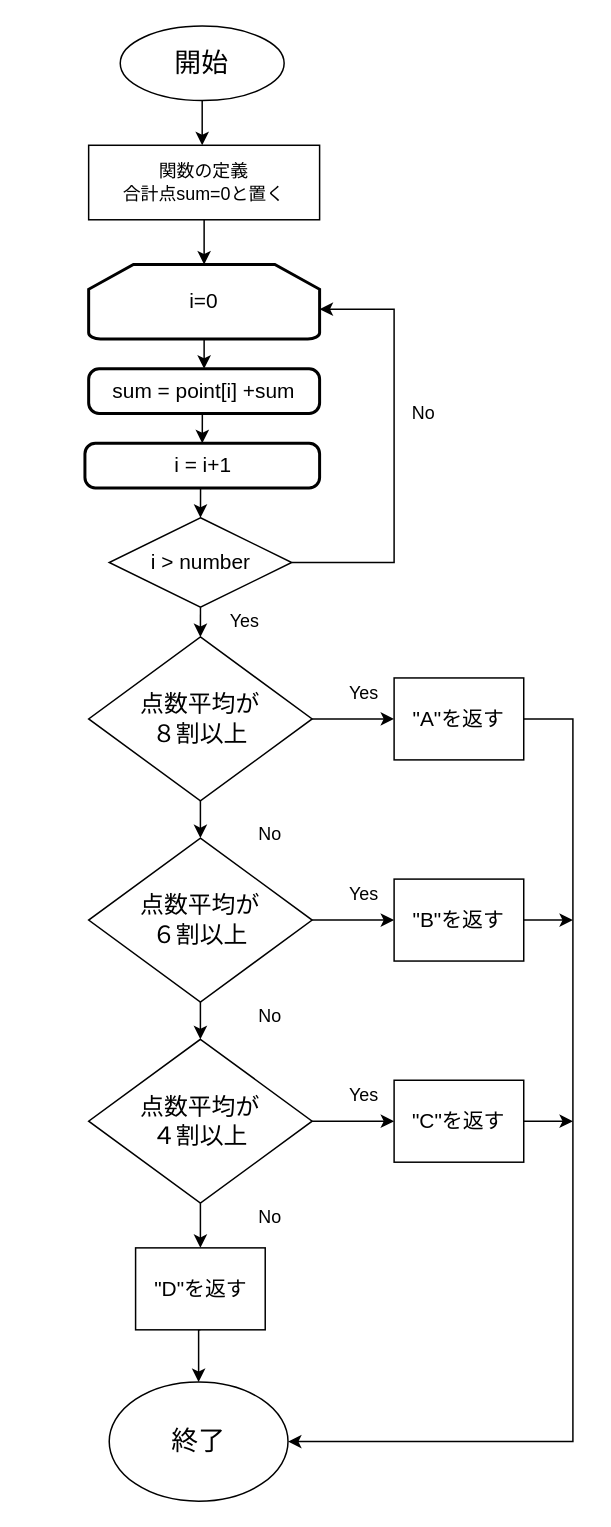
The draw.io diagram Untitled Diagram.drawio in TOUTA-T/achieve, before the edit. Source tidied: cells renumbered, new cells numbered last; positions are measured from the earlier drawing's top-left corner, leaving out a move shared by most shapes. Both pictures are drawn from the tidied source at 149%, with x=0, y=0 at pixel (83, 25).
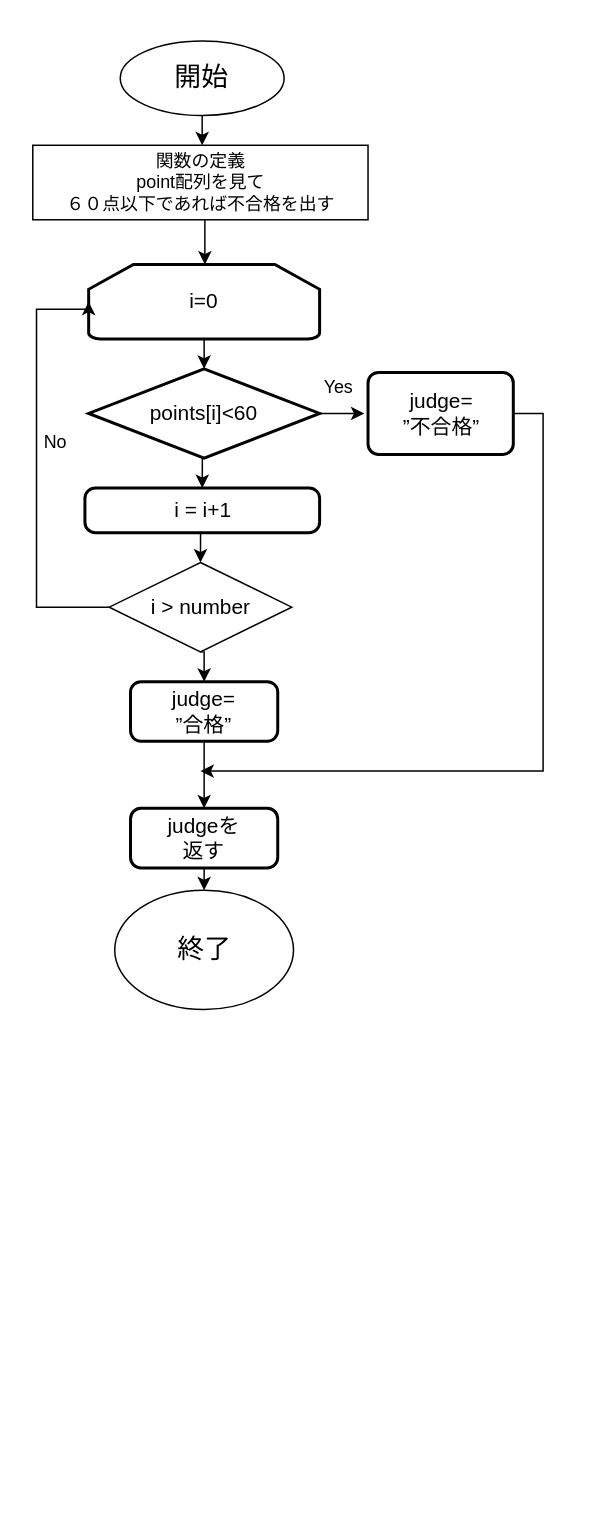
After the change.

Unchanged cells that the change refers to:
```xml
<mxCell id="32" value="i=0" style="strokeWidth=2;html=1;shape=mxgraph.flowchart.loop_limit;whiteSpace=wrap;fontSize=14;" parent="1" vertex="1">
  <mxGeometry x="3" y="160" width="155" height="50" as="geometry" />
</mxCell>
```

Diff of the diagram source:
```diff
@@
     <mxCell id="3" value="&lt;font style=&quot;font-size: 18px&quot;&gt;開始&lt;/font&gt;" style="ellipse;whiteSpace=wrap;html=1;" parent="1" vertex="1">
-      <mxGeometry x="24.2" width="110" height="50" as="geometry" />
+      <mxGeometry x="24.2" y="10" width="110" height="50" as="geometry" />
     </mxCell>
     <mxCell id="4" value="&lt;font style=&quot;font-size: 18px&quot;&gt;終了&lt;/font&gt;" style="ellipse;whiteSpace=wrap;html=1;" parent="1" vertex="1">
-      <mxGeometry x="16.8" y="910" width="120" height="80" as="geometry" />
+      <mxGeometry x="20.5" y="580" width="120" height="80" as="geometry" />
     </mxCell>
-    <mxCell id="5" style="edgeStyle=orthogonalEdgeStyle;rounded=0;jettySize=auto;html=1;fontSize=14;" parent="1" edge="1" source="6" target="32">
+    <mxCell id="5" style="edgeStyle=elbowEdgeStyle;rounded=0;jettySize=auto;html=1;fontSize=14;" parent="1" edge="1" source="6" target="32">
       <mxGeometry relative="1" as="geometry" />
     </mxCell>
-    <mxCell id="6" value="関数の定義&lt;br&gt;合計点sum=0と置く" style="rounded=0;whiteSpace=wrap;html=1;" parent="1" vertex="1">
-      <mxGeometry x="3" y="80" width="155" height="50" as="geometry" />
+    <mxCell id="6" value="関数の定義&lt;br&gt;point配列を見て&lt;br&gt;６０点以下であれば不合格を出す" style="rounded=0;whiteSpace=wrap;html=1;" parent="1" vertex="1">
+      <mxGeometry x="-34.5" y="80" width="225" height="50" as="geometry" />
     </mxCell>
-    <mxCell id="7" style="edgeStyle=orthogonalEdgeStyle;rounded=0;jettySize=auto;html=1;exitX=0.5;exitY=1;exitDx=0;exitDy=0;entryX=0.5;entryY=0;entryDx=0;entryDy=0;" parent="1" edge="1" source="9" target="14">
-      <mxGeometry relative="1" as="geometry" />
-    </mxCell>
-    <mxCell id="8" style="rounded=0;jettySize=auto;html=1;exitX=1;exitY=0.5;exitDx=0;exitDy=0;elbow=vertical;entryX=0;entryY=0.5;entryDx=0;entryDy=0;" parent="1" edge="1" source="9" target="11">
-      <mxGeometry relative="1" as="geometry" />
-    </mxCell>
-    <mxCell id="9" value="&lt;font style=&quot;font-size: 16px&quot;&gt;点数平均が&lt;br&gt;８割以上&lt;/font&gt;" style="rhombus;whiteSpace=wrap;html=1;" parent="1" vertex="1">
-      <mxGeometry x="3" y="410" width="150" height="110" as="geometry" />
-    </mxCell>
-    <mxCell id="10" style="edgeStyle=orthogonalEdgeStyle;rounded=0;jettySize=auto;html=1;exitX=1;exitY=0.5;exitDx=0;exitDy=0;fontSize=14;entryX=1;entryY=0.5;entryDx=0;entryDy=0;" parent="1" edge="1" source="11" target="4">
-      <mxGeometry relative="1" as="geometry">
-        <Array as="points">
-          <mxPoint x="328" y="465" />
-          <mxPoint x="328" y="950" />
-        </Array>
-      </mxGeometry>
-    </mxCell>
-    <mxCell id="11" value="&lt;font style=&quot;font-size: 14px&quot;&gt;&quot;A&quot;を返す&lt;/font&gt;" style="rounded=0;whiteSpace=wrap;html=1;" parent="1" vertex="1">
-      <mxGeometry x="208" y="437.5" width="87" height="55" as="geometry" />
-    </mxCell>
-    <mxCell id="12" style="edgeStyle=orthogonalEdgeStyle;rounded=0;jettySize=auto;html=1;exitX=0.5;exitY=1;exitDx=0;exitDy=0;" parent="1" edge="1" source="14" target="17">
-      <mxGeometry relative="1" as="geometry" />
-    </mxCell>
-    <mxCell id="13" style="edgeStyle=orthogonalEdgeStyle;rounded=0;jettySize=auto;html=1;exitX=1;exitY=0.5;exitDx=0;exitDy=0;entryX=0;entryY=0.5;entryDx=0;entryDy=0;" parent="1" edge="1" source="14" target="19">
-      <mxGeometry relative="1" as="geometry" />
-    </mxCell>
-    <mxCell id="14" value="&lt;font style=&quot;font-size: 16px&quot;&gt;点数平均が&lt;br&gt;６割以上&lt;/font&gt;" style="rhombus;whiteSpace=wrap;html=1;" parent="1" vertex="1">
-      <mxGeometry x="3" y="545" width="150" height="110" as="geometry" />
-    </mxCell>
-    <mxCell id="15" style="edgeStyle=orthogonalEdgeStyle;rounded=0;jettySize=auto;html=1;exitX=0.5;exitY=1;exitDx=0;exitDy=0;entryX=0.5;entryY=0;entryDx=0;entryDy=0;" parent="1" edge="1" source="17" target="23">
-      <mxGeometry relative="1" as="geometry" />
-    </mxCell>
-    <mxCell id="16" style="rounded=0;jettySize=auto;html=1;exitX=1;exitY=0.5;exitDx=0;exitDy=0;fontSize=14;entryX=0;entryY=0.5;entryDx=0;entryDy=0;" parent="1" edge="1" source="17" target="21">
-      <mxGeometry relative="1" as="geometry" />
-    </mxCell>
-    <mxCell id="17" value="&lt;font style=&quot;font-size: 16px&quot;&gt;点数平均が&lt;br&gt;４割以上&lt;/font&gt;" style="rhombus;whiteSpace=wrap;html=1;" parent="1" vertex="1">
-      <mxGeometry x="3" y="680" width="150" height="110" as="geometry" />
-    </mxCell>
-    <mxCell id="18" style="edgeStyle=orthogonalEdgeStyle;rounded=0;jettySize=auto;html=1;exitX=1;exitY=0.5;exitDx=0;exitDy=0;fontSize=14;" parent="1" edge="1" source="19">
-      <mxGeometry relative="1" as="geometry">
-        <mxPoint x="328" y="600.5" as="targetPoint" />
-      </mxGeometry>
-    </mxCell>
-    <mxCell id="19" value="&lt;font style=&quot;font-size: 14px&quot;&gt;&quot;B&quot;を返す&lt;/font&gt;" style="rounded=0;whiteSpace=wrap;html=1;" parent="1" vertex="1">
-      <mxGeometry x="208" y="572.5" width="87" height="55" as="geometry" />
-    </mxCell>
-    <mxCell id="20" style="edgeStyle=orthogonalEdgeStyle;rounded=0;jettySize=auto;html=1;exitX=1;exitY=0.5;exitDx=0;exitDy=0;fontSize=14;" parent="1" edge="1" source="21">
-      <mxGeometry relative="1" as="geometry">
-        <mxPoint x="328" y="735.5" as="targetPoint" />
-      </mxGeometry>
-    </mxCell>
-    <mxCell id="21" value="&lt;font style=&quot;font-size: 14px&quot;&gt;&quot;C&quot;を返す&lt;/font&gt;" style="rounded=0;whiteSpace=wrap;html=1;" parent="1" vertex="1">
-      <mxGeometry x="208" y="707.5" width="87" height="55" as="geometry" />
-    </mxCell>
-    <mxCell id="22" style="edgeStyle=orthogonalEdgeStyle;rounded=0;jettySize=auto;html=1;exitX=0.5;exitY=1;exitDx=0;exitDy=0;entryX=0.5;entryY=0;entryDx=0;entryDy=0;fontSize=14;" parent="1" edge="1" source="23" target="4">
-      <mxGeometry relative="1" as="geometry" />
-    </mxCell>
-    <mxCell id="23" value="&lt;font style=&quot;font-size: 14px&quot;&gt;&quot;D&quot;を返す&lt;/font&gt;" style="rounded=0;whiteSpace=wrap;html=1;" parent="1" vertex="1">
-      <mxGeometry x="34.5" y="820" width="87" height="55" as="geometry" />
-    </mxCell>
-    <mxCell id="24" value="No" style="text;html=1;strokeColor=none;fillColor=none;align=center;verticalAlign=middle;whiteSpace=wrap;rounded=0;" parent="1" vertex="1">
-      <mxGeometry x="105" y="790" width="40" height="20" as="geometry" />
-    </mxCell>
-    <mxCell id="25" value="No" style="text;html=1;strokeColor=none;fillColor=none;align=center;verticalAlign=middle;whiteSpace=wrap;rounded=0;" parent="1" vertex="1">
-      <mxGeometry x="105" y="655" width="40" height="20" as="geometry" />
-    </mxCell>
-    <mxCell id="26" value="No" style="text;html=1;strokeColor=none;fillColor=none;align=center;verticalAlign=middle;whiteSpace=wrap;rounded=0;" parent="1" vertex="1">
-      <mxGeometry x="105" y="532.5" width="40" height="20" as="geometry" />
-    </mxCell>
-    <mxCell id="27" value="Yes" style="text;html=1;strokeColor=none;fillColor=none;align=center;verticalAlign=middle;whiteSpace=wrap;rounded=0;" parent="1" vertex="1">
-      <mxGeometry x="168" y="437.5" width="40" height="20" as="geometry" />
-    </mxCell>
-    <mxCell id="28" value="Yes" style="text;html=1;strokeColor=none;fillColor=none;align=center;verticalAlign=middle;whiteSpace=wrap;rounded=0;" parent="1" vertex="1">
-      <mxGeometry x="168" y="572.5" width="40" height="20" as="geometry" />
-    </mxCell>
-    <mxCell id="29" style="edgeStyle=elbowEdgeStyle;rounded=0;jettySize=auto;elbow=vertical;html=1;exitX=0.75;exitY=1;exitDx=0;exitDy=0;fontSize=14;" parent="1" edge="1" source="30">
-      <mxGeometry relative="1" as="geometry">
-        <mxPoint x="198" y="727.5" as="targetPoint" />
-      </mxGeometry>
-    </mxCell>
-    <mxCell id="30" value="Yes" style="text;html=1;strokeColor=none;fillColor=none;align=center;verticalAlign=middle;whiteSpace=wrap;rounded=0;" parent="1" vertex="1">
-      <mxGeometry x="168" y="707.5" width="40" height="20" as="geometry" />
-    </mxCell>
@@
+    <mxCell id="42" style="edgeStyle=orthogonalEdgeStyle;rounded=0;jettySize=auto;html=1;exitX=1;exitY=0.5;exitDx=0;exitDy=0;fontSize=14;" parent="1" edge="1" source="34">
+      <mxGeometry relative="1" as="geometry">
+        <mxPoint x="188" y="260" as="targetPoint" />
+      </mxGeometry>
+    </mxCell>
-    <mxCell id="34" value="sum = point[i] +sum" style="rounded=1;whiteSpace=wrap;html=1;absoluteArcSize=1;arcSize=14;strokeWidth=2;fontSize=14;" parent="1" vertex="1">
-      <mxGeometry x="3" y="230" width="155" height="30" as="geometry" />
+    <mxCell id="34" value="points[i]&amp;lt;60" style="rhombus;whiteSpace=wrap;html=1;fontFamily=Helvetica;fontSize=14;fontColor=#000000;align=center;strokeColor=#000000;strokeWidth=2;fillColor=#ffffff;" parent="1" vertex="1">
+      <mxGeometry x="3" y="230" width="155" height="60" as="geometry" />
     </mxCell>
@@
     <mxCell id="36" value="i = i+1" style="rounded=1;whiteSpace=wrap;html=1;absoluteArcSize=1;arcSize=14;strokeWidth=2;fontSize=14;" parent="1" vertex="1">
-      <mxGeometry x="0.5" y="280" width="157.5" height="30" as="geometry" />
+      <mxGeometry x="0.5" y="310" width="157.5" height="30" as="geometry" />
     </mxCell>
-    <mxCell id="37" style="edgeStyle=orthogonalEdgeStyle;rounded=0;jettySize=auto;elbow=vertical;html=1;fontSize=14;" parent="1" edge="1" source="39">
-      <mxGeometry relative="1" as="geometry">
-        <mxPoint x="158" y="190" as="targetPoint" />
-        <Array as="points">
-          <mxPoint x="208" y="360" />
-          <mxPoint x="208" y="190" />
-        </Array>
-      </mxGeometry>
-    </mxCell>
-    <mxCell id="38" style="edgeStyle=orthogonalEdgeStyle;rounded=0;jettySize=auto;html=1;exitX=0.5;exitY=1;exitDx=0;exitDy=0;entryX=0.5;entryY=0;entryDx=0;entryDy=0;fontSize=14;" parent="1" edge="1" source="39" target="9">
-      <mxGeometry relative="1" as="geometry" />
-    </mxCell>
+    <mxCell id="43" style="edgeStyle=orthogonalEdgeStyle;rounded=0;jettySize=auto;elbow=vertical;html=1;exitX=0;exitY=0.5;exitDx=0;exitDy=0;fontSize=14;entryX=0;entryY=0.5;entryDx=0;entryDy=0;entryPerimeter=0;" parent="1" edge="1" source="39" target="32">
+      <mxGeometry relative="1" as="geometry">
+        <Array as="points">
+          <mxPoint x="-32" y="390" />
+          <mxPoint x="-32" y="190" />
+          <mxPoint x="3" y="190" />
+        </Array>
+      </mxGeometry>
+    </mxCell>
+    <mxCell id="44" style="edgeStyle=orthogonalEdgeStyle;rounded=0;jettySize=auto;html=1;exitX=0.5;exitY=1;exitDx=0;exitDy=0;entryX=0.5;entryY=0;entryDx=0;entryDy=0;fontSize=14;" parent="1" edge="1" source="39" target="48">
+      <mxGeometry relative="1" as="geometry" />
+    </mxCell>
     <mxCell id="39" value="i &amp;gt; number" style="rhombus;whiteSpace=wrap;html=1;fontSize=14;" parent="1" vertex="1">
-      <mxGeometry x="16.8" y="330" width="122.5" height="60" as="geometry" />
+      <mxGeometry x="16.8" y="360" width="122.5" height="60" as="geometry" />
     </mxCell>
     <mxCell id="40" value="No" style="text;html=1;strokeColor=none;fillColor=none;align=center;verticalAlign=middle;whiteSpace=wrap;rounded=0;" parent="1" vertex="1">
-      <mxGeometry x="208" y="250" width="40" height="20" as="geometry" />
+      <mxGeometry x="-39.5" y="270" width="40" height="20" as="geometry" />
     </mxCell>
-    <mxCell id="41" value="Yes" style="text;html=1;strokeColor=none;fillColor=none;align=center;verticalAlign=middle;whiteSpace=wrap;rounded=0;" parent="1" vertex="1">
-      <mxGeometry x="88" y="390" width="40" height="20" as="geometry" />
-    </mxCell>
+    <mxCell id="45" style="edgeStyle=orthogonalEdgeStyle;rounded=0;jettySize=auto;html=1;exitX=1;exitY=0.5;exitDx=0;exitDy=0;fontSize=14;" parent="1" edge="1" source="46">
+      <mxGeometry relative="1" as="geometry">
+        <mxPoint x="78" y="500" as="targetPoint" />
+        <Array as="points">
+          <mxPoint x="308" y="260" />
+          <mxPoint x="308" y="500" />
+        </Array>
+      </mxGeometry>
+    </mxCell>
+    <mxCell id="46" value="judge=&lt;br&gt;”不合格”" style="rounded=1;whiteSpace=wrap;html=1;absoluteArcSize=1;arcSize=14;strokeWidth=2;fontSize=14;" parent="1" vertex="1">
+      <mxGeometry x="190.5" y="232.5" width="97.5" height="55" as="geometry" />
+    </mxCell>
+    <mxCell id="47" style="edgeStyle=orthogonalEdgeStyle;rounded=0;jettySize=auto;html=1;exitX=0.5;exitY=1;exitDx=0;exitDy=0;entryX=0.5;entryY=0;entryDx=0;entryDy=0;fontSize=14;" parent="1" edge="1" source="48" target="50">
+      <mxGeometry relative="1" as="geometry" />
+    </mxCell>
+    <mxCell id="48" value="judge=&lt;br&gt;”合格”" style="rounded=1;whiteSpace=wrap;html=1;absoluteArcSize=1;arcSize=14;strokeWidth=2;fontSize=14;" parent="1" vertex="1">
+      <mxGeometry x="31.1" y="440" width="98.8" height="40" as="geometry" />
+    </mxCell>
+    <mxCell id="49" style="edgeStyle=orthogonalEdgeStyle;rounded=0;jettySize=auto;html=1;exitX=0.5;exitY=1;exitDx=0;exitDy=0;entryX=0.5;entryY=0;entryDx=0;entryDy=0;fontSize=14;" parent="1" edge="1" source="50" target="4">
+      <mxGeometry relative="1" as="geometry" />
+    </mxCell>
+    <mxCell id="50" value="judgeを&lt;br&gt;返す" style="rounded=1;whiteSpace=wrap;html=1;absoluteArcSize=1;arcSize=14;strokeWidth=2;fontSize=14;" parent="1" vertex="1">
+      <mxGeometry x="31.1" y="525" width="98.8" height="40" as="geometry" />
+    </mxCell>
+    <mxCell id="51" value="Yes" style="text;html=1;strokeColor=none;fillColor=none;align=center;verticalAlign=middle;whiteSpace=wrap;rounded=0;" parent="1" vertex="1">
+      <mxGeometry x="150.5" y="232.5" width="40" height="20" as="geometry" />
+    </mxCell>
```
